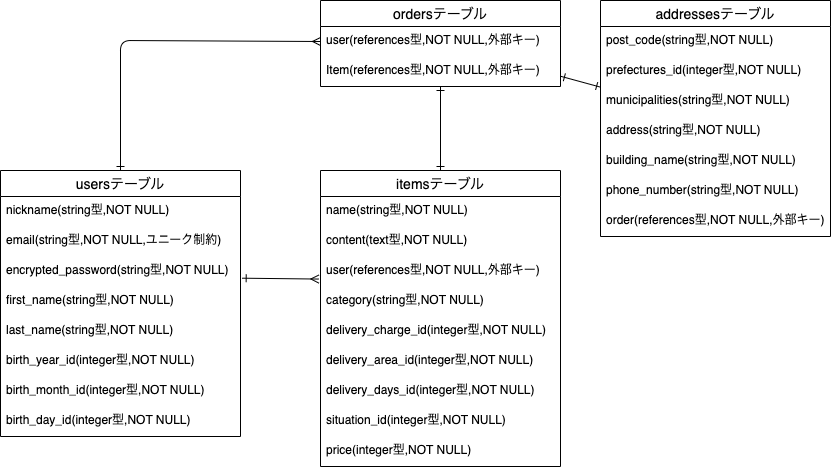
Before: furima.drawio.png, a diagram exported from draw.io (hossan09/furima-38237). Source tidied: cells renumbered, new cells last; positions are measured from the earlier drawing's top-left corner, leaving out a move shared by most shapes.
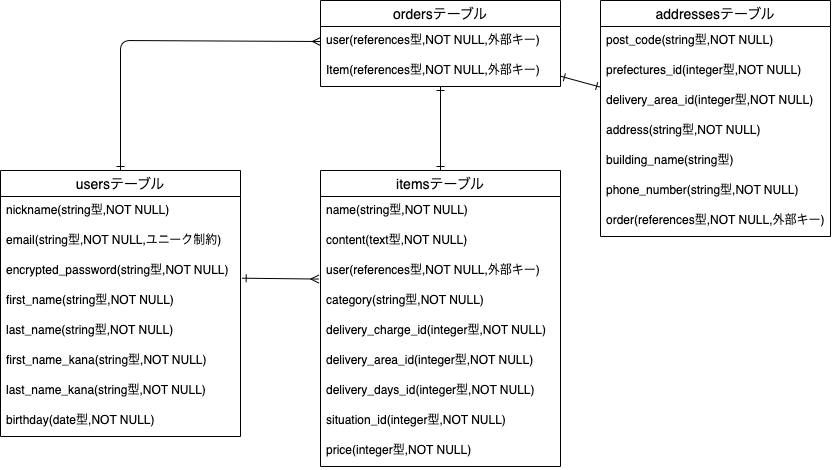
After the commit.

Commit message:
カラムの編集・削除

Change to the diagram source:
```diff
@@ -30,13 +30,13 @@
     <mxCell id="9" value="last_name(string型,NOT NULL)" style="text;strokeColor=none;fillColor=none;spacingLeft=4;spacingRight=4;overflow=hidden;fontSize=12;" parent="4" vertex="1">
       <mxGeometry y="146" width="240" height="30" as="geometry" />
     </mxCell>
-    <mxCell id="10" value="birth_year_id(integer型,NOT NULL)" style="text;strokeColor=none;fillColor=none;spacingLeft=4;spacingRight=4;overflow=hidden;fontSize=12;" parent="4" vertex="1">
-      <mxGeometry y="176" width="240" height="30" as="geometry" />
-    </mxCell>
-    <mxCell id="11" value="birth_month_id(integer型,NOT NULL)" style="text;strokeColor=none;fillColor=none;spacingLeft=4;spacingRight=4;overflow=hidden;fontSize=12;" parent="4" vertex="1">
-      <mxGeometry y="206" width="240" height="30" as="geometry" />
-    </mxCell>
+    <mxCell id="36" value="first_name_kana(string型,NOT NULL)" style="text;strokeColor=none;fillColor=none;spacingLeft=4;spacingRight=4;overflow=hidden;fontSize=12;" parent="4" vertex="1">
+      <mxGeometry y="176" width="240" height="30" as="geometry" />
+    </mxCell>
+    <mxCell id="37" value="last_name_kana(string型,NOT NULL)" style="text;strokeColor=none;fillColor=none;spacingLeft=4;spacingRight=4;overflow=hidden;fontSize=12;" parent="4" vertex="1">
+      <mxGeometry y="206" width="240" height="30" as="geometry" />
+    </mxCell>
-    <mxCell id="12" value="birth_day_id(integer型,NOT NULL)" style="text;strokeColor=none;fillColor=none;spacingLeft=4;spacingRight=4;overflow=hidden;fontSize=12;" parent="4" vertex="1">
+    <mxCell id="12" value="birthday(date型,NOT NULL)" style="text;strokeColor=none;fillColor=none;spacingLeft=4;spacingRight=4;overflow=hidden;fontSize=12;" parent="4" vertex="1">
       <mxGeometry y="236" width="240" height="30" as="geometry" />
     </mxCell>
     <mxCell id="13" style="edgeStyle=none;html=1;startArrow=ERone;startFill=0;endArrow=ERone;endFill=0;" parent="1" edge="1" source="14" target="25">
@@ -93,13 +93,13 @@
     <mxCell id="30" value="prefectures_id(integer型,NOT NULL)" style="text;strokeColor=none;fillColor=none;spacingLeft=4;spacingRight=4;overflow=hidden;fontSize=12;" parent="28" vertex="1">
       <mxGeometry y="56" width="230" height="30" as="geometry" />
     </mxCell>
-    <mxCell id="31" value="municipalities(string型,NOT NULL)" style="text;strokeColor=none;fillColor=none;spacingLeft=4;spacingRight=4;overflow=hidden;fontSize=12;" parent="28" vertex="1">
-      <mxGeometry y="86" width="230" height="30" as="geometry" />
-    </mxCell>
+    <mxCell id="38" value="delivery_area_id(integer型,NOT NULL)" style="text;strokeColor=none;fillColor=none;spacingLeft=4;spacingRight=4;overflow=hidden;fontSize=12;" parent="28" vertex="1">
+      <mxGeometry y="86" width="230" height="30" as="geometry" />
+    </mxCell>
     <mxCell id="32" value="address(string型,NOT NULL)" style="text;strokeColor=none;fillColor=none;spacingLeft=4;spacingRight=4;overflow=hidden;fontSize=12;" parent="28" vertex="1">
       <mxGeometry y="116" width="230" height="30" as="geometry" />
     </mxCell>
-    <mxCell id="33" value="building_name(string型,NOT NULL)" style="text;strokeColor=none;fillColor=none;spacingLeft=4;spacingRight=4;overflow=hidden;fontSize=12;" parent="28" vertex="1">
+    <mxCell id="33" value="building_name(string型)" style="text;strokeColor=none;fillColor=none;spacingLeft=4;spacingRight=4;overflow=hidden;fontSize=12;" parent="28" vertex="1">
       <mxGeometry y="146" width="230" height="30" as="geometry" />
     </mxCell>
     <mxCell id="34" value="phone_number(string型,NOT NULL)" style="text;strokeColor=none;fillColor=none;spacingLeft=4;spacingRight=4;overflow=hidden;fontSize=12;" parent="28" vertex="1">
```
